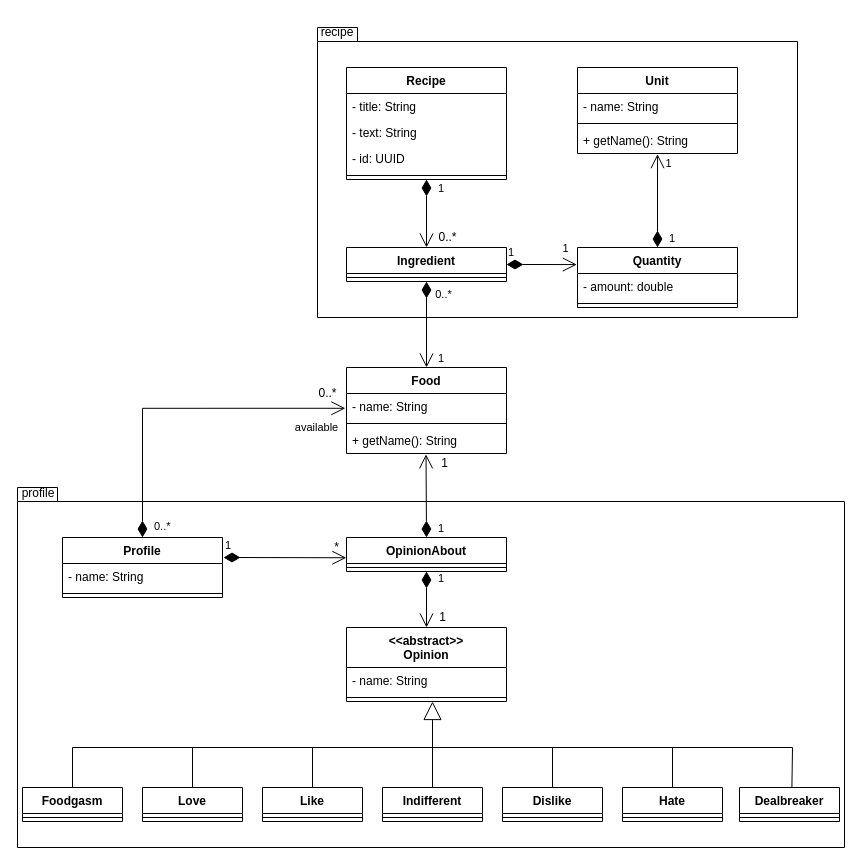
Above: docs/diagrams/entity_uml.drawio in andretrump/quickie (draw.io), before the change. Source tidied: cells renumbered, new cells numbered last; positions are measured from the earlier drawing's top-left corner, leaving out a move shared by most shapes. Both pictures are drawn from the tidied source at 100%, with x=0, y=0 at pixel (17, 17).
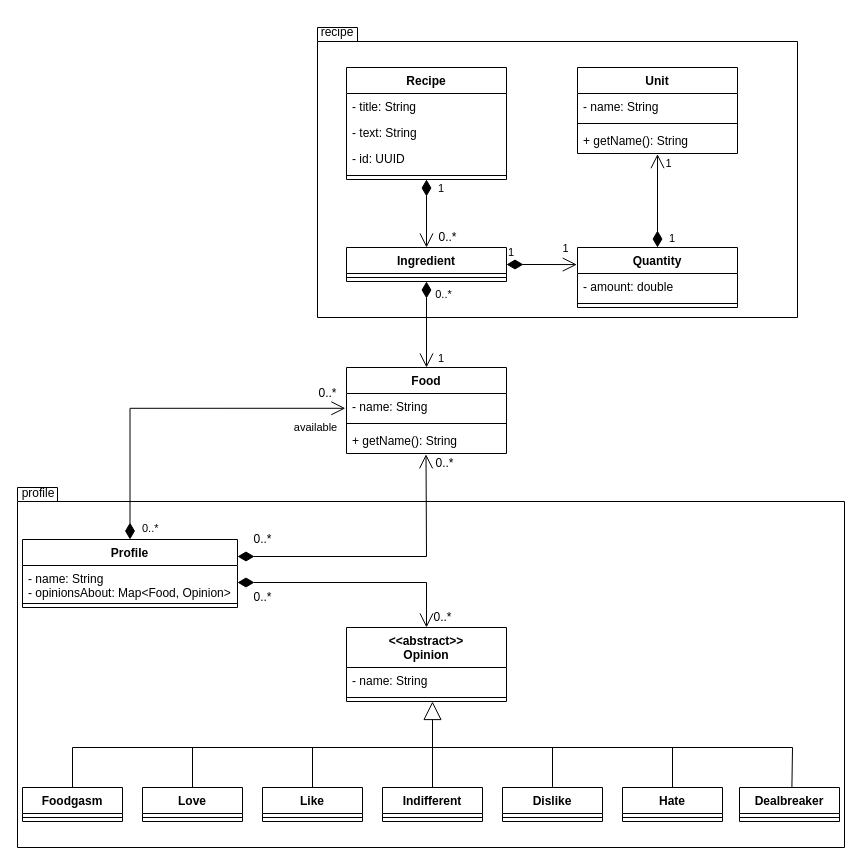
The same diagram, later.

Unchanged cells that the change refers to:
```xml
<mxCell id="7" value="+ getName(): String" style="text;strokeColor=none;fillColor=none;align=left;verticalAlign=top;spacingLeft=4;spacingRight=4;overflow=hidden;points=[[0,0.5],[1,0.5]];portConstraint=eastwest;" parent="4" vertex="1">
  <mxGeometry y="60" width="160" height="26" as="geometry" />
</mxCell>
<mxCell id="30" value="&lt;&lt;abstract&gt;&gt;&#10;Opinion" style="swimlane;fontStyle=1;align=center;verticalAlign=top;horizontal=1;startSize=40;" parent="1" vertex="1">
  <mxGeometry x="329" y="610" width="160" height="74" as="geometry" />
</mxCell>
```

What changed in the source:
```diff
@@
     <mxCell id="33" value="Profile" style="swimlane;fontStyle=1;align=center;verticalAlign=top;horizontal=1;startSize=26;" parent="1" vertex="1">
-      <mxGeometry x="45" y="520" width="160" height="60" as="geometry" />
+      <mxGeometry x="5" y="522" width="215" height="68" as="geometry" />
     </mxCell>
-    <mxCell id="34" value="- name: String" style="text;strokeColor=none;fillColor=none;align=left;verticalAlign=top;spacingLeft=4;spacingRight=4;overflow=hidden;points=[[0,0.5],[1,0.5]];portConstraint=eastwest;" parent="33" vertex="1">
-      <mxGeometry y="26" width="160" height="26" as="geometry" />
+    <mxCell id="34" value="- name: String&#10;- opinionsAbout: Map&lt;Food, Opinion&gt;" style="text;strokeColor=none;fillColor=none;align=left;verticalAlign=top;spacingLeft=4;spacingRight=4;overflow=hidden;points=[[0,0.5],[1,0.5]];portConstraint=eastwest;" parent="33" vertex="1">
+      <mxGeometry y="26" width="215" height="34" as="geometry" />
     </mxCell>
     <mxCell id="35" style="line;strokeWidth=1;fillColor=none;align=left;verticalAlign=middle;spacingTop=-1;spacingLeft=3;spacingRight=3;labelPosition=right;" parent="33" vertex="1">
-      <mxGeometry y="52" width="160" height="8" as="geometry" />
+      <mxGeometry y="60" width="215" height="8" as="geometry" />
     </mxCell>
-    <mxCell id="36" value="OpinionAbout" style="swimlane;fontStyle=1;align=center;verticalAlign=top;horizontal=1;startSize=26;" parent="1" vertex="1">
-      <mxGeometry x="329" y="520" width="160" height="34" as="geometry" />
-    </mxCell>
-    <mxCell id="37" style="line;strokeWidth=1;fillColor=none;align=left;verticalAlign=middle;spacingTop=-1;spacingLeft=3;spacingRight=3;labelPosition=right;" parent="36" vertex="1">
-      <mxGeometry y="26" width="160" height="8" as="geometry" />
-    </mxCell>
-    <mxCell id="38" value="1" style="endArrow=open;html=1;endSize=12;startArrow=diamondThin;startSize=14;startFill=1;edgeStyle=orthogonalEdgeStyle;align=left;verticalAlign=bottom;rounded=0;entryX=-0.001;entryY=0.596;entryDx=0;entryDy=0;entryPerimeter=0;" parent="1" edge="1" target="36">
-      <mxGeometry x="-1" y="3" relative="1" as="geometry">
-        <mxPoint x="206" y="540" as="sourcePoint" />
-        <Array as="points">
-          <mxPoint x="206" y="540" />
-          <mxPoint x="295" y="540" />
-        </Array>
-      </mxGeometry>
-    </mxCell>
-    <mxCell id="39" value="*" style="text;html=1;align=center;verticalAlign=middle;strokeColor=none;fillColor=none;" parent="1" vertex="1">
-      <mxGeometry x="309" y="520" width="20" height="20" as="geometry" />
+    <mxCell id="39" value="0..*" style="text;html=1;align=center;verticalAlign=middle;strokeColor=none;fillColor=none;" parent="1" vertex="1">
+      <mxGeometry x="230" y="570" width="30" height="20" as="geometry" />
     </mxCell>
-    <mxCell id="40" value="1" style="endArrow=open;html=1;endSize=12;startArrow=diamondThin;startSize=14;startFill=1;align=left;verticalAlign=bottom;rounded=0;entryX=0.497;entryY=1.031;entryDx=0;entryDy=0;entryPerimeter=0;exitX=0.5;exitY=0;exitDx=0;exitDy=0;" parent="1" edge="1" source="36" target="7">
-      <mxGeometry x="-1" y="-10" relative="1" as="geometry" />
+    <mxCell id="40" style="endArrow=open;html=1;endSize=12;startArrow=diamondThin;startSize=14;startFill=1;align=left;verticalAlign=bottom;rounded=0;entryX=0.497;entryY=1.031;entryDx=0;entryDy=0;entryPerimeter=0;exitX=1;exitY=0.25;exitDx=0;exitDy=0;" parent="1" edge="1" source="33" target="7">
+      <mxGeometry x="-1" y="-10" relative="1" as="geometry">
+        <Array as="points">
+          <mxPoint x="409" y="539" />
+        </Array>
+      </mxGeometry>
     </mxCell>
-    <mxCell id="41" value="1" style="text;html=1;align=center;verticalAlign=middle;strokeColor=none;fillColor=none;" parent="1" vertex="1">
-      <mxGeometry x="417" y="436" width="20" height="20" as="geometry" />
+    <mxCell id="41" value="0..*" style="text;html=1;align=center;verticalAlign=middle;strokeColor=none;fillColor=none;" parent="1" vertex="1">
+      <mxGeometry x="412" y="436" width="30" height="20" as="geometry" />
     </mxCell>
-    <mxCell id="42" value="1" style="endArrow=open;html=1;endSize=12;startArrow=diamondThin;startSize=14;startFill=1;edgeStyle=orthogonalEdgeStyle;align=left;verticalAlign=bottom;rounded=0;exitX=0.5;exitY=1;exitDx=0;exitDy=0;entryX=0.5;entryY=0;entryDx=0;entryDy=0;" parent="1" edge="1" source="36" target="30">
-      <mxGeometry x="-0.43" y="10" relative="1" as="geometry" />
+    <mxCell id="42" style="endArrow=open;html=1;endSize=12;startArrow=diamondThin;startSize=14;startFill=1;align=left;verticalAlign=bottom;rounded=0;exitX=1;exitY=0.5;exitDx=0;exitDy=0;entryX=0.5;entryY=0;entryDx=0;entryDy=0;" parent="1" edge="1" source="34" target="30">
+      <mxGeometry x="-0.25" y="9" relative="1" as="geometry">
+        <Array as="points">
+          <mxPoint x="409" y="565" />
+        </Array>
+      </mxGeometry>
     </mxCell>
-    <mxCell id="43" value="1" style="text;html=1;align=center;verticalAlign=middle;strokeColor=none;fillColor=none;" parent="1" vertex="1">
-      <mxGeometry x="415" y="590" width="20" height="20" as="geometry" />
+    <mxCell id="43" value="0..*" style="text;html=1;align=center;verticalAlign=middle;strokeColor=none;fillColor=none;" parent="1" vertex="1">
+      <mxGeometry x="410" y="590" width="30" height="20" as="geometry" />
     </mxCell>
@@
+    <mxCell id="71" value="0..*" style="text;html=1;align=center;verticalAlign=middle;strokeColor=none;fillColor=none;" parent="1" vertex="1">
+      <mxGeometry x="230" y="512" width="30" height="20" as="geometry" />
+    </mxCell>
```
